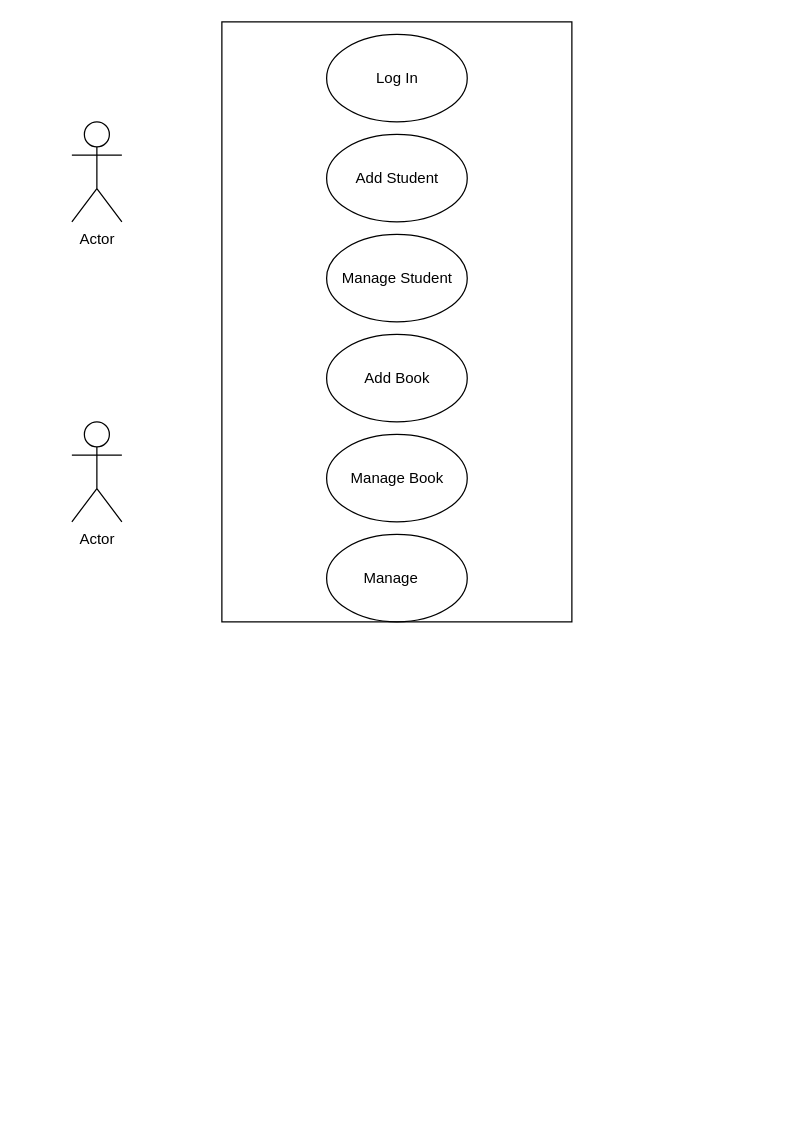
Earlier version of the draw.io diagram uc.drawio (Jayrou12345/Flowchart). Source tidied: cells renumbered, new cells numbered last; positions are measured from the earlier drawing's top-left corner, leaving out a move shared by most shapes. Both pictures are drawn from the tidied source at 125%, with x=0, y=0 at pixel (71, 21).
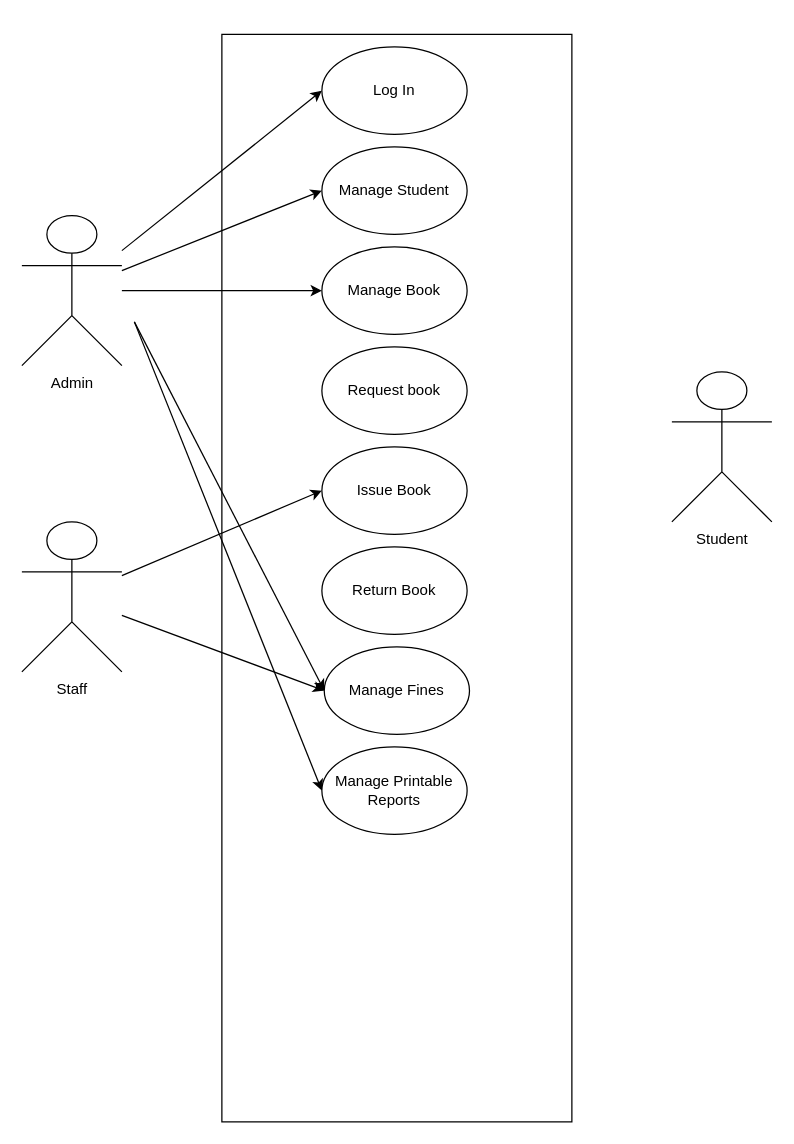
The same diagram, later.

The edit, as a diff of the source:
```diff
@@
+    <mxCell id="11" style="rounded=0;jettySize=auto;html=1;entryX=0;entryY=0.5;entryDx=0;entryDy=0;" parent="1" edge="1" source="2" target="5">
+      <mxGeometry relative="1" as="geometry" />
+    </mxCell>
+    <mxCell id="12" style="rounded=0;jettySize=auto;html=1;entryX=0;entryY=0.5;entryDx=0;entryDy=0;" parent="1" edge="1" source="2" target="7">
+      <mxGeometry relative="1" as="geometry" />
+    </mxCell>
+    <mxCell id="13" style="rounded=0;jettySize=auto;html=1;entryX=0;entryY=0.5;entryDx=0;entryDy=0;" parent="1" edge="1" source="2" target="9">
+      <mxGeometry relative="1" as="geometry" />
+    </mxCell>
+    <mxCell id="14" style="rounded=0;jettySize=auto;html=1;entryX=0;entryY=0.5;entryDx=0;entryDy=0;" parent="1" edge="1" target="17">
+      <mxGeometry relative="1" as="geometry">
+        <mxPoint x="50" y="240" as="sourcePoint" />
+      </mxGeometry>
+    </mxCell>
-    <mxCell id="2" value="Actor" style="shape=umlActor;verticalLabelPosition=bottom;verticalAlign=top;html=1;outlineConnect=0;" parent="1" vertex="1">
-      <mxGeometry y="80" width="40" height="80" as="geometry" />
+    <mxCell id="2" value="Admin" style="shape=umlActor;verticalLabelPosition=bottom;verticalAlign=top;html=1;outlineConnect=0;" parent="1" vertex="1">
+      <mxGeometry x="-40" y="155" width="80" height="120" as="geometry" />
     </mxCell>
-    <mxCell id="3" value="Actor" style="shape=umlActor;verticalLabelPosition=bottom;verticalAlign=top;html=1;" parent="1" vertex="1">
-      <mxGeometry y="320" width="40" height="80" as="geometry" />
-    </mxCell>
     <mxCell id="4" style="rounded=0;whiteSpace=wrap;html=1;fillColor=none;" parent="1" vertex="1">
-      <mxGeometry x="120" width="280" height="480" as="geometry" />
+      <mxGeometry x="120" y="10" width="280" height="870" as="geometry" />
     </mxCell>
     <mxCell id="5" value="Log In" style="ellipse;whiteSpace=wrap;html=1;fillColor=none;" parent="1" vertex="1">
-      <mxGeometry x="203.8" y="10" width="112.5" height="70" as="geometry" />
+      <mxGeometry x="200" y="20" width="116.2" height="70" as="geometry" />
     </mxCell>
-    <mxCell id="6" value="Add Student" style="ellipse;whiteSpace=wrap;html=1;fillColor=none;" parent="1" vertex="1">
-      <mxGeometry x="203.8" y="90" width="112.5" height="70" as="geometry" />
-    </mxCell>
     <mxCell id="7" value="Manage Student" style="ellipse;whiteSpace=wrap;html=1;fillColor=none;" parent="1" vertex="1">
-      <mxGeometry x="203.8" y="170" width="112.5" height="70" as="geometry" />
+      <mxGeometry x="200" y="100" width="116.2" height="70" as="geometry" />
     </mxCell>
-    <mxCell id="8" value="Add Book" style="ellipse;whiteSpace=wrap;html=1;fillColor=none;" parent="1" vertex="1">
-      <mxGeometry x="203.8" y="250" width="112.5" height="70" as="geometry" />
-    </mxCell>
     <mxCell id="9" value="Manage Book" style="ellipse;whiteSpace=wrap;html=1;fillColor=none;" parent="1" vertex="1">
-      <mxGeometry x="203.8" y="330" width="112.5" height="70" as="geometry" />
+      <mxGeometry x="200" y="180" width="116.2" height="70" as="geometry" />
     </mxCell>
-    <mxCell id="10" value="Manage&lt;span style=&quot;white-space: pre;&quot;&gt;&#9;&lt;/span&gt;" style="ellipse;whiteSpace=wrap;html=1;fillColor=none;" parent="1" vertex="1">
-      <mxGeometry x="203.8" y="410" width="112.5" height="70" as="geometry" />
+    <mxCell id="10" value="Request book" style="ellipse;whiteSpace=wrap;html=1;fillColor=none;" parent="1" vertex="1">
+      <mxGeometry x="200" y="260" width="116.2" height="70" as="geometry" />
     </mxCell>
+    <mxCell id="15" value="Issue Book" style="ellipse;whiteSpace=wrap;html=1;fillColor=none;" parent="1" vertex="1">
+      <mxGeometry x="200" y="340" width="116.2" height="70" as="geometry" />
+    </mxCell>
+    <mxCell id="16" value="Return Book" style="ellipse;whiteSpace=wrap;html=1;fillColor=none;" parent="1" vertex="1">
+      <mxGeometry x="200" y="420" width="116.2" height="70" as="geometry" />
+    </mxCell>
+    <mxCell id="17" value="Manage Fines" style="ellipse;whiteSpace=wrap;html=1;fillColor=none;" parent="1" vertex="1">
+      <mxGeometry x="201.9" y="500" width="116.2" height="70" as="geometry" />
+    </mxCell>
+    <mxCell id="18" value="Manage Printable Reports" style="ellipse;whiteSpace=wrap;html=1;fillColor=none;" parent="1" vertex="1">
+      <mxGeometry x="200" y="580" width="116.2" height="70" as="geometry" />
+    </mxCell>
+    <mxCell id="19" style="rounded=0;jettySize=auto;html=1;entryX=0;entryY=0.5;entryDx=0;entryDy=0;" parent="1" edge="1" source="21" target="15">
+      <mxGeometry relative="1" as="geometry" />
+    </mxCell>
+    <mxCell id="20" style="rounded=0;jettySize=auto;html=1;entryX=0;entryY=0.5;entryDx=0;entryDy=0;" parent="1" edge="1" source="21" target="17">
+      <mxGeometry relative="1" as="geometry" />
+    </mxCell>
+    <mxCell id="21" value="Staff" style="shape=umlActor;verticalLabelPosition=bottom;verticalAlign=top;html=1;outlineConnect=0;" parent="1" vertex="1">
+      <mxGeometry x="-40" y="400" width="80" height="120" as="geometry" />
+    </mxCell>
+    <mxCell id="22" value="Student" style="shape=umlActor;verticalLabelPosition=bottom;verticalAlign=top;html=1;" parent="1" vertex="1">
+      <mxGeometry x="480" y="280" width="80" height="120" as="geometry" />
+    </mxCell>
+    <mxCell id="23" style="rounded=0;jettySize=auto;html=1;entryX=0;entryY=0.5;entryDx=0;entryDy=0;" parent="1" edge="1" target="18">
+      <mxGeometry relative="1" as="geometry">
+        <mxPoint x="50" y="240" as="sourcePoint" />
+      </mxGeometry>
+    </mxCell>
```
